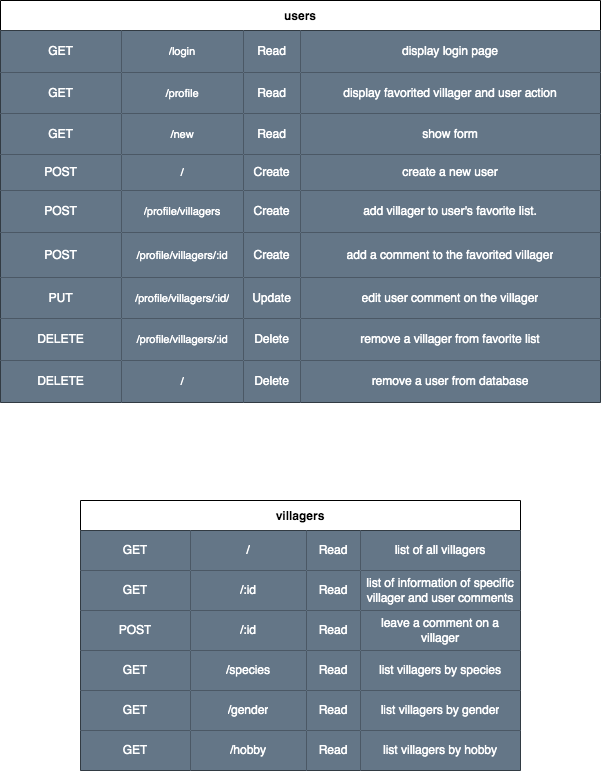
Above: restful-route.drawio.png in PvrkFvmily/project-2 (draw.io), before the change. Source tidied: cells renumbered, new cells last; positions are measured from the earlier drawing's top-left corner, leaving out a move shared by most shapes.
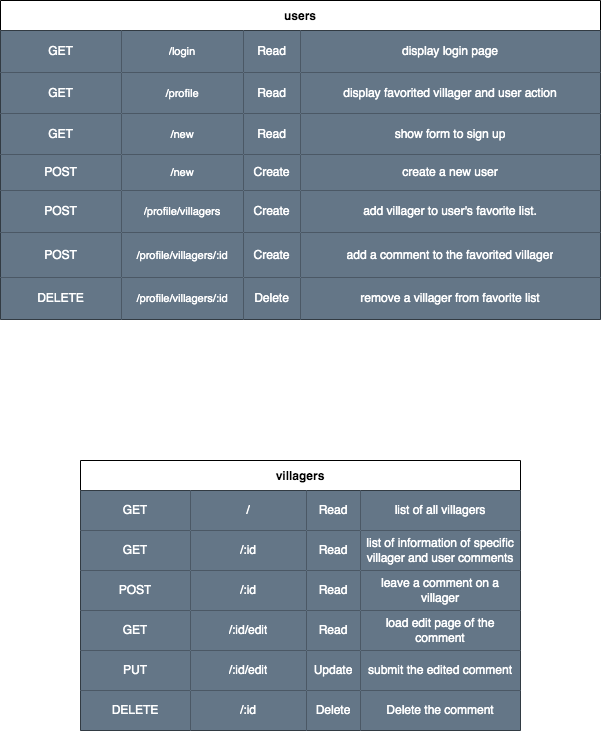
The same diagram one commit later.

Commit message:
changed restful-route

What changed in the source:
```diff
@@ -3,7 +3,7 @@
     <mxCell id="0" />
     <mxCell id="1" parent="0" />
     <mxCell id="2" value="users" style="shape=table;startSize=30;fontStyle=1;align=center;" parent="1" vertex="1">
-      <mxGeometry width="600" height="402" as="geometry" />
+      <mxGeometry width="600" height="319" as="geometry" />
     </mxCell>
     <mxCell id="3" style="shape=partialRectangle;html=1;whiteSpace=wrap;fillColor=none;top=0;left=0;bottom=0;right=0;" parent="2" vertex="1">
       <mxGeometry y="30" width="600" height="42" as="geometry" />
@@ -47,7 +47,7 @@
     <mxCell id="16" value="Read" style="shape=partialRectangle;html=1;whiteSpace=wrap;fillColor=#647687;top=0;left=0;bottom=0;right=0;overflow=hidden;fontColor=#ffffff;strokeColor=#FFFFFF;" parent="13" vertex="1">
       <mxGeometry x="243" width="57" height="41" as="geometry" />
     </mxCell>
-    <mxCell id="17" value="show form" style="shape=partialRectangle;html=1;whiteSpace=wrap;fillColor=#647687;top=0;left=0;bottom=0;right=0;overflow=hidden;fontColor=#ffffff;strokeColor=#FFFFFF;" parent="13" vertex="1">
+    <mxCell id="17" value="show form to sign up" style="shape=partialRectangle;html=1;whiteSpace=wrap;fillColor=#647687;top=0;left=0;bottom=0;right=0;overflow=hidden;fontColor=#ffffff;strokeColor=#FFFFFF;" parent="13" vertex="1">
       <mxGeometry x="300" width="300" height="41" as="geometry" />
     </mxCell>
     <mxCell id="18" style="shape=partialRectangle;html=1;whiteSpace=wrap;fillColor=none;top=0;left=0;bottom=0;right=0;" parent="2" vertex="1">
@@ -56,7 +56,7 @@
     <mxCell id="19" value="POST" style="shape=partialRectangle;html=1;whiteSpace=wrap;fillColor=#647687;top=0;left=0;bottom=0;right=0;overflow=hidden;fontColor=#ffffff;strokeColor=#FFFFFF;" parent="18" vertex="1">
       <mxGeometry width="121" height="36" as="geometry" />
     </mxCell>
-    <mxCell id="20" value="/" style="shape=partialRectangle;html=1;whiteSpace=wrap;fillColor=#647687;top=0;left=0;bottom=0;right=0;overflow=hidden;fontSize=11;fontColor=#ffffff;strokeColor=#FFFFFF;" parent="18" vertex="1">
+    <mxCell id="20" value="/new" style="shape=partialRectangle;html=1;whiteSpace=wrap;fillColor=#647687;top=0;left=0;bottom=0;right=0;overflow=hidden;fontSize=11;fontColor=#ffffff;strokeColor=#FFFFFF;" parent="18" vertex="1">
       <mxGeometry x="121" width="122" height="36" as="geometry" />
     </mxCell>
     <mxCell id="21" value="Create" style="shape=partialRectangle;html=1;whiteSpace=wrap;fillColor=#647687;top=0;left=0;bottom=0;right=0;overflow=hidden;fontColor=#ffffff;strokeColor=#FFFFFF;" parent="18" vertex="1">
@@ -95,23 +95,8 @@
     <mxCell id="32" value="add a comment to the favorited villager" style="shape=partialRectangle;html=1;whiteSpace=wrap;fillColor=#647687;top=0;left=0;bottom=0;right=0;overflow=hidden;fontColor=#ffffff;strokeColor=#FFFFFF;" parent="28" vertex="1">
       <mxGeometry x="300" width="300" height="45" as="geometry" />
     </mxCell>
-    <mxCell id="33" style="shape=partialRectangle;html=1;whiteSpace=wrap;fillColor=none;top=0;left=0;bottom=0;right=0;" parent="2" vertex="1">
-      <mxGeometry y="277" width="600" height="41" as="geometry" />
-    </mxCell>
-    <mxCell id="34" value="PUT" style="shape=partialRectangle;html=1;whiteSpace=wrap;fillColor=#647687;top=0;left=0;bottom=0;right=0;overflow=hidden;fontColor=#ffffff;strokeColor=#FFFFFF;" parent="33" vertex="1">
-      <mxGeometry width="121" height="41" as="geometry" />
-    </mxCell>
-    <mxCell id="35" value="/profile/villagers/:id/" style="shape=partialRectangle;html=1;whiteSpace=wrap;fillColor=#647687;top=0;left=0;bottom=0;right=0;overflow=hidden;fontSize=11;fontColor=#ffffff;strokeColor=#FFFFFF;" parent="33" vertex="1">
-      <mxGeometry x="121" width="122" height="41" as="geometry" />
-    </mxCell>
-    <mxCell id="36" value="Update" style="shape=partialRectangle;html=1;whiteSpace=wrap;fillColor=#647687;top=0;left=0;bottom=0;right=0;overflow=hidden;fontColor=#ffffff;strokeColor=#FFFFFF;" parent="33" vertex="1">
-      <mxGeometry x="243" width="57" height="41" as="geometry" />
-    </mxCell>
-    <mxCell id="37" value="edit user comment on the villager" style="shape=partialRectangle;html=1;whiteSpace=wrap;fillColor=#647687;top=0;left=0;bottom=0;right=0;overflow=hidden;fontColor=#ffffff;strokeColor=#FFFFFF;" parent="33" vertex="1">
-      <mxGeometry x="300" width="300" height="41" as="geometry" />
-    </mxCell>
     <mxCell id="38" style="shape=partialRectangle;html=1;whiteSpace=wrap;fillColor=none;top=0;left=0;bottom=0;right=0;" parent="2" vertex="1">
-      <mxGeometry y="318" width="600" height="42" as="geometry" />
+      <mxGeometry y="277" width="600" height="42" as="geometry" />
     </mxCell>
     <mxCell id="39" value="DELETE" style="shape=partialRectangle;html=1;whiteSpace=wrap;fillColor=#647687;top=0;left=0;bottom=0;right=0;overflow=hidden;fontColor=#ffffff;strokeColor=#FFFFFF;" parent="38" vertex="1">
       <mxGeometry width="121" height="42" as="geometry" />
@@ -125,23 +110,8 @@
     <mxCell id="42" value="remove a villager from favorite list" style="shape=partialRectangle;html=1;whiteSpace=wrap;fillColor=#647687;top=0;left=0;bottom=0;right=0;overflow=hidden;fontColor=#ffffff;strokeColor=#FFFFFF;" parent="38" vertex="1">
       <mxGeometry x="300" width="300" height="42" as="geometry" />
     </mxCell>
-    <mxCell id="43" style="shape=partialRectangle;html=1;whiteSpace=wrap;fillColor=none;top=0;left=0;bottom=0;right=0;" parent="2" vertex="1">
-      <mxGeometry y="360" width="600" height="42" as="geometry" />
-    </mxCell>
-    <mxCell id="44" value="DELETE" style="shape=partialRectangle;html=1;whiteSpace=wrap;fillColor=#647687;top=0;left=0;bottom=0;right=0;overflow=hidden;fontColor=#ffffff;strokeColor=#FFFFFF;" parent="43" vertex="1">
-      <mxGeometry width="121" height="42" as="geometry" />
-    </mxCell>
-    <mxCell id="45" value="/" style="shape=partialRectangle;html=1;whiteSpace=wrap;fillColor=#647687;top=0;left=0;bottom=0;right=0;overflow=hidden;fontSize=11;fontColor=#ffffff;strokeColor=#FFFFFF;" parent="43" vertex="1">
-      <mxGeometry x="121" width="122" height="42" as="geometry" />
-    </mxCell>
-    <mxCell id="46" value="Delete" style="shape=partialRectangle;html=1;whiteSpace=wrap;fillColor=#647687;top=0;left=0;bottom=0;right=0;overflow=hidden;fontColor=#ffffff;strokeColor=#FFFFFF;" parent="43" vertex="1">
-      <mxGeometry x="243" width="57" height="42" as="geometry" />
-    </mxCell>
-    <mxCell id="47" value="remove a user from database" style="shape=partialRectangle;html=1;whiteSpace=wrap;fillColor=#647687;top=0;left=0;bottom=0;right=0;overflow=hidden;fontColor=#ffffff;strokeColor=#FFFFFF;" parent="43" vertex="1">
-      <mxGeometry x="300" width="300" height="42" as="geometry" />
-    </mxCell>
     <mxCell id="48" value="villagers" style="shape=table;startSize=30;fontStyle=1;align=center;" parent="1" vertex="1">
-      <mxGeometry x="80" y="500" width="440" height="270" as="geometry" />
+      <mxGeometry x="80" y="460" width="440" height="270" as="geometry" />
     </mxCell>
     <mxCell id="49" style="shape=partialRectangle;html=1;whiteSpace=wrap;fillColor=none;top=0;left=0;bottom=0;right=0;" parent="48" vertex="1">
       <mxGeometry y="30" width="440" height="40" as="geometry" />
@@ -194,44 +164,44 @@
     <mxCell id="65" value="GET" style="shape=partialRectangle;html=1;whiteSpace=wrap;fillColor=#647687;top=0;left=0;bottom=0;right=0;overflow=hidden;strokeColor=#314354;fontColor=#ffffff;strokeWidth=2;" parent="64" vertex="1">
       <mxGeometry width="110" height="40" as="geometry" />
     </mxCell>
-    <mxCell id="66" value="/species" style="shape=partialRectangle;html=1;whiteSpace=wrap;fillColor=#647687;top=0;left=0;bottom=0;right=0;overflow=hidden;strokeColor=#314354;fontColor=#ffffff;strokeWidth=2;" parent="64" vertex="1">
+    <mxCell id="66" value="/:id/edit" style="shape=partialRectangle;html=1;whiteSpace=wrap;fillColor=#647687;top=0;left=0;bottom=0;right=0;overflow=hidden;strokeColor=#314354;fontColor=#ffffff;strokeWidth=2;" parent="64" vertex="1">
       <mxGeometry x="110" width="116" height="40" as="geometry" />
     </mxCell>
     <mxCell id="67" value="Read" style="shape=partialRectangle;html=1;whiteSpace=wrap;fillColor=#647687;top=0;left=0;bottom=0;right=0;overflow=hidden;strokeColor=#314354;fontColor=#ffffff;strokeWidth=2;" parent="64" vertex="1">
       <mxGeometry x="226" width="54" height="40" as="geometry" />
     </mxCell>
-    <mxCell id="68" value="list villagers by species" style="shape=partialRectangle;html=1;whiteSpace=wrap;fillColor=#647687;top=0;left=0;bottom=0;right=0;overflow=hidden;strokeColor=#314354;fontColor=#ffffff;strokeWidth=2;" parent="64" vertex="1">
+    <mxCell id="68" value="load edit page of the comment" style="shape=partialRectangle;html=1;whiteSpace=wrap;fillColor=#647687;top=0;left=0;bottom=0;right=0;overflow=hidden;strokeColor=#314354;fontColor=#ffffff;strokeWidth=2;" parent="64" vertex="1">
       <mxGeometry x="280" width="160" height="40" as="geometry" />
     </mxCell>
     <mxCell id="69" style="shape=partialRectangle;html=1;whiteSpace=wrap;fillColor=none;top=0;left=0;bottom=0;right=0;" parent="48" vertex="1">
       <mxGeometry y="190" width="440" height="40" as="geometry" />
     </mxCell>
-    <mxCell id="70" value="GET" style="shape=partialRectangle;html=1;whiteSpace=wrap;fillColor=#647687;top=0;left=0;bottom=0;right=0;overflow=hidden;strokeColor=#314354;fontColor=#ffffff;strokeWidth=2;" parent="69" vertex="1">
+    <mxCell id="70" value="PUT" style="shape=partialRectangle;html=1;whiteSpace=wrap;fillColor=#647687;top=0;left=0;bottom=0;right=0;overflow=hidden;strokeColor=#314354;fontColor=#ffffff;strokeWidth=2;" parent="69" vertex="1">
       <mxGeometry width="110" height="40" as="geometry" />
     </mxCell>
-    <mxCell id="71" value="/gender" style="shape=partialRectangle;html=1;whiteSpace=wrap;fillColor=#647687;top=0;left=0;bottom=0;right=0;overflow=hidden;strokeColor=#314354;fontColor=#ffffff;strokeWidth=2;" parent="69" vertex="1">
+    <mxCell id="71" value="/:id/edit" style="shape=partialRectangle;html=1;whiteSpace=wrap;fillColor=#647687;top=0;left=0;bottom=0;right=0;overflow=hidden;strokeColor=#314354;fontColor=#ffffff;strokeWidth=2;" parent="69" vertex="1">
       <mxGeometry x="110" width="116" height="40" as="geometry" />
     </mxCell>
-    <mxCell id="72" value="Read" style="shape=partialRectangle;html=1;whiteSpace=wrap;fillColor=#647687;top=0;left=0;bottom=0;right=0;overflow=hidden;strokeColor=#314354;fontColor=#ffffff;strokeWidth=2;" parent="69" vertex="1">
+    <mxCell id="72" value="Update" style="shape=partialRectangle;html=1;whiteSpace=wrap;fillColor=#647687;top=0;left=0;bottom=0;right=0;overflow=hidden;strokeColor=#314354;fontColor=#ffffff;strokeWidth=2;" parent="69" vertex="1">
       <mxGeometry x="226" width="54" height="40" as="geometry" />
     </mxCell>
-    <mxCell id="73" value="list villagers by gender" style="shape=partialRectangle;html=1;whiteSpace=wrap;fillColor=#647687;top=0;left=0;bottom=0;right=0;overflow=hidden;strokeColor=#314354;fontColor=#ffffff;strokeWidth=2;" parent="69" vertex="1">
+    <mxCell id="73" value="submit the edited comment" style="shape=partialRectangle;html=1;whiteSpace=wrap;fillColor=#647687;top=0;left=0;bottom=0;right=0;overflow=hidden;strokeColor=#314354;fontColor=#ffffff;strokeWidth=2;" parent="69" vertex="1">
       <mxGeometry x="280" width="160" height="40" as="geometry" />
     </mxCell>
     <mxCell id="74" style="shape=partialRectangle;html=1;whiteSpace=wrap;fillColor=none;top=0;left=0;bottom=0;right=0;" parent="48" vertex="1">
       <mxGeometry y="230" width="440" height="40" as="geometry" />
     </mxCell>
-    <mxCell id="75" value="GET" style="shape=partialRectangle;html=1;whiteSpace=wrap;fillColor=#647687;top=0;left=0;bottom=0;right=0;overflow=hidden;strokeColor=#314354;fontColor=#ffffff;strokeWidth=2;" parent="74" vertex="1">
-      <mxGeometry width="110" height="40" as="geometry" />
-    </mxCell>
-    <mxCell id="76" value="/hobby" style="shape=partialRectangle;html=1;whiteSpace=wrap;fillColor=#647687;top=0;left=0;bottom=0;right=0;overflow=hidden;strokeColor=#314354;fontColor=#ffffff;strokeWidth=2;" parent="74" vertex="1">
-      <mxGeometry x="110" width="116" height="40" as="geometry" />
-    </mxCell>
-    <mxCell id="77" value="Read" style="shape=partialRectangle;html=1;whiteSpace=wrap;fillColor=#647687;top=0;left=0;bottom=0;right=0;overflow=hidden;strokeColor=#314354;fontColor=#ffffff;strokeWidth=2;" parent="74" vertex="1">
-      <mxGeometry x="226" width="54" height="40" as="geometry" />
-    </mxCell>
-    <mxCell id="78" value="list villagers by hobby" style="shape=partialRectangle;html=1;whiteSpace=wrap;fillColor=#647687;top=0;left=0;bottom=0;right=0;overflow=hidden;strokeColor=#314354;fontColor=#ffffff;strokeWidth=2;" parent="74" vertex="1">
-      <mxGeometry x="280" width="160" height="40" as="geometry" />
-    </mxCell>
+    <mxCell id="44" value="DELETE" style="shape=partialRectangle;html=1;whiteSpace=wrap;fillColor=#647687;top=0;left=0;bottom=0;right=0;overflow=hidden;strokeColor=#314354;fontColor=#ffffff;strokeWidth=2;" parent="74" vertex="1">
+      <mxGeometry width="110" height="40" as="geometry" />
+    </mxCell>
+    <mxCell id="79" value="/:id" style="shape=partialRectangle;html=1;whiteSpace=wrap;fillColor=#647687;top=0;left=0;bottom=0;right=0;overflow=hidden;strokeColor=#314354;fontColor=#ffffff;strokeWidth=2;" parent="74" vertex="1">
+      <mxGeometry x="110" width="116" height="40" as="geometry" />
+    </mxCell>
+    <mxCell id="46" value="Delete" style="shape=partialRectangle;html=1;whiteSpace=wrap;fillColor=#647687;top=0;left=0;bottom=0;right=0;overflow=hidden;strokeColor=#314354;fontColor=#ffffff;strokeWidth=2;" parent="74" vertex="1">
+      <mxGeometry x="226" width="54" height="40" as="geometry" />
+    </mxCell>
+    <mxCell id="80" value="Delete the comment" style="shape=partialRectangle;html=1;whiteSpace=wrap;fillColor=#647687;top=0;left=0;bottom=0;right=0;overflow=hidden;strokeColor=#314354;fontColor=#ffffff;strokeWidth=2;" parent="74" vertex="1">
+      <mxGeometry x="280" width="160" height="40" as="geometry" />
+    </mxCell>
   </root>
 </mxGraphModel>
```
